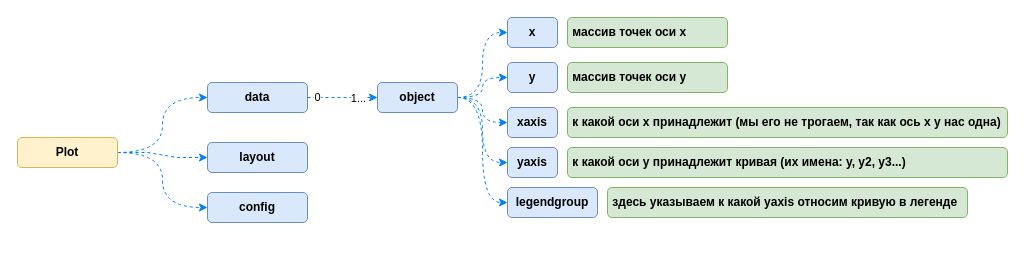
Above: Plotly.drawio in orlov-oleg-developer/asuter-UML (draw.io), before the change. Source tidied: cells renumbered, new cells numbered last; positions are measured from the earlier drawing's top-left corner, leaving out a move shared by most shapes. Both pictures are drawn from the tidied source at 100%, with x=0, y=0 at pixel (17, 17).
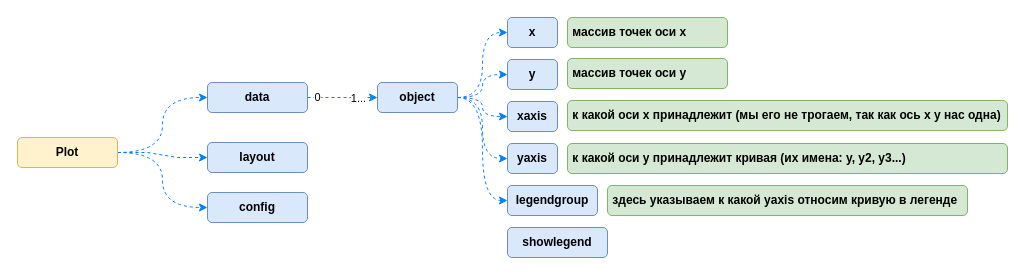
After the change.

The edit, as a diff of the source:
```diff
@@
     <mxCell id="20" value="y" style="whiteSpace=wrap;html=1;fillColor=#dae8fc;strokeColor=#6c8ebf;rounded=1;fontStyle=1;" parent="1" vertex="1">
-      <mxGeometry x="490" y="45" width="50" height="30" as="geometry" />
+      <mxGeometry x="490" y="42" width="50" height="30" as="geometry" />
     </mxCell>
     <mxCell id="21" value="&amp;nbsp;массив точек оси y" style="whiteSpace=wrap;html=1;fillColor=#d5e8d4;strokeColor=#82b366;rounded=1;fontStyle=1;align=left;" parent="1" vertex="1">
-      <mxGeometry x="550" y="45" width="160" height="30" as="geometry" />
+      <mxGeometry x="550" y="41" width="160" height="30" as="geometry" />
     </mxCell>
     <mxCell id="22" value="legendgroup" style="whiteSpace=wrap;html=1;fillColor=#dae8fc;strokeColor=#6c8ebf;rounded=1;fontStyle=1;" parent="1" vertex="1">
-      <mxGeometry x="490" y="170" width="90" height="30" as="geometry" />
+      <mxGeometry x="490" y="168" width="90" height="30" as="geometry" />
     </mxCell>
     <mxCell id="23" value="&amp;nbsp;здесь указываем к какой yaxis относим кривую в легенде" style="whiteSpace=wrap;html=1;fillColor=#d5e8d4;strokeColor=#82b366;rounded=1;fontStyle=1;align=left;" parent="1" vertex="1">
-      <mxGeometry x="590" y="170" width="360" height="30" as="geometry" />
+      <mxGeometry x="590" y="168" width="360" height="30" as="geometry" />
     </mxCell>
     <mxCell id="24" value="xaxis" style="whiteSpace=wrap;html=1;fillColor=#dae8fc;strokeColor=#6c8ebf;rounded=1;fontStyle=1;" parent="1" vertex="1">
-      <mxGeometry x="490" y="90" width="50" height="30" as="geometry" />
+      <mxGeometry x="490" y="84" width="50" height="30" as="geometry" />
     </mxCell>
     <mxCell id="25" value="&amp;nbsp;к какой оси x принадлежит (мы его не трогаем, так как ось x у нас одна)" style="whiteSpace=wrap;html=1;fillColor=#d5e8d4;strokeColor=#82b366;rounded=1;fontStyle=1;align=left;" parent="1" vertex="1">
-      <mxGeometry x="550" y="90" width="440" height="30" as="geometry" />
+      <mxGeometry x="550" y="83" width="440" height="30" as="geometry" />
     </mxCell>
     <mxCell id="26" value="yaxis" style="whiteSpace=wrap;html=1;fillColor=#dae8fc;strokeColor=#6c8ebf;rounded=1;fontStyle=1;" parent="1" vertex="1">
-      <mxGeometry x="490" y="130" width="50" height="30" as="geometry" />
+      <mxGeometry x="490" y="126" width="50" height="30" as="geometry" />
     </mxCell>
     <mxCell id="27" value="&amp;nbsp;к какой оси y принадлежит кривая (их имена: y, y2, y3...)" style="whiteSpace=wrap;html=1;fillColor=#d5e8d4;strokeColor=#82b366;rounded=1;fontStyle=1;align=left;" parent="1" vertex="1">
-      <mxGeometry x="550" y="130" width="440" height="30" as="geometry" />
+      <mxGeometry x="550" y="126" width="440" height="30" as="geometry" />
     </mxCell>
+    <mxCell id="28" value="showlegend" style="rounded=1;whiteSpace=wrap;html=1;fillColor=#dae8fc;strokeColor=#6c8ebf;fontStyle=1;glass=0;shadow=0;" parent="1" vertex="1">
+      <mxGeometry x="490" y="210" width="100" height="30" as="geometry" />
+    </mxCell>
```
